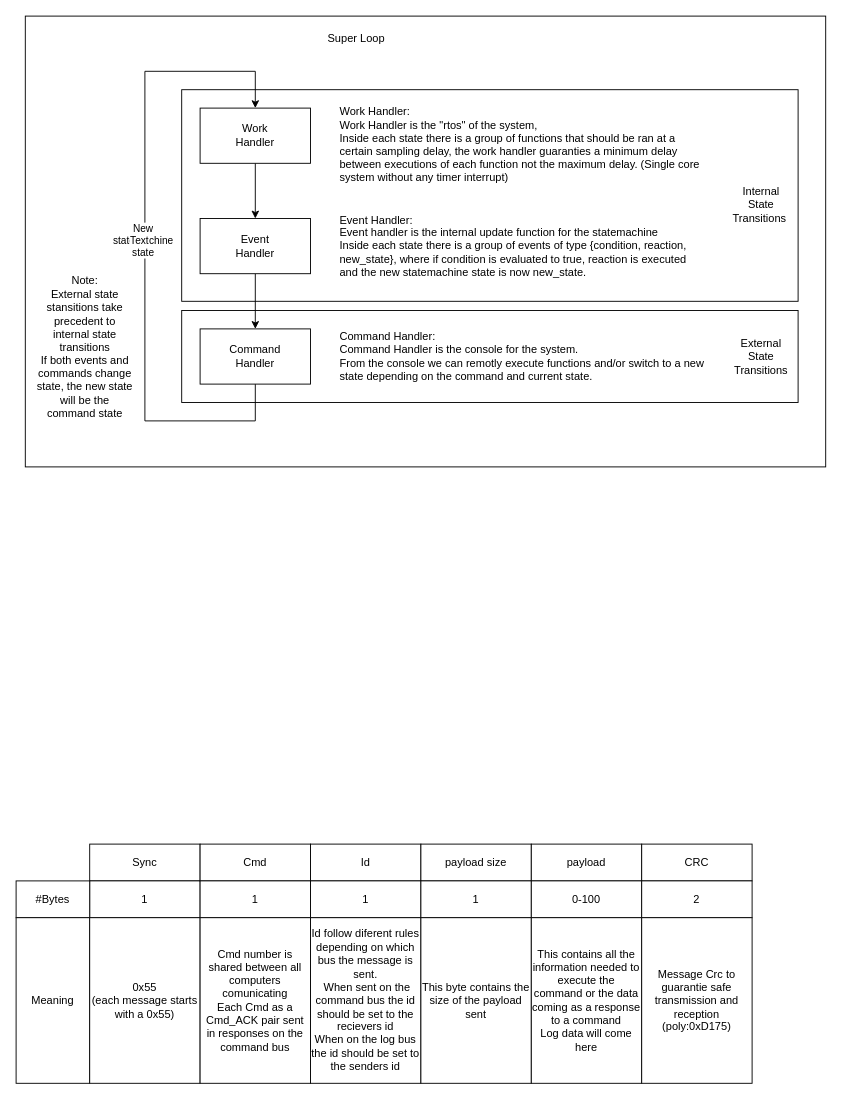
Before: page "Arquitetura Software" (3 of 4) of SupportingDocs/EmbededT1.drawio in dvalnn/INV2_Firmware, a draw.io diagram. Source tidied: cells renumbered, new cells numbered last; positions are measured from the earlier drawing's top-left corner, leaving out a move shared by most shapes. Both pictures are drawn from the tidied source at 92%, with x=0, y=0 at pixel (16, 16).
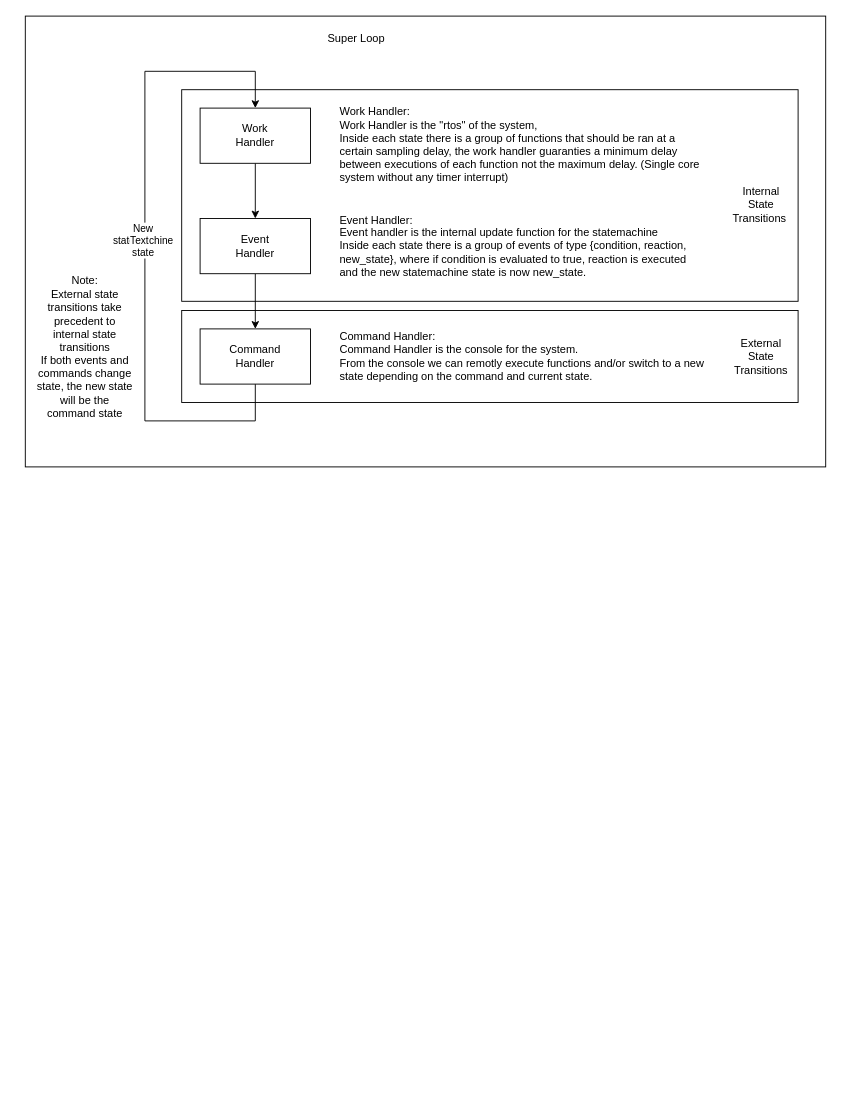
After the change.

The edit, as a diff of the source:
```diff
@@
-    <mxCell id="20" value="Note:&lt;br&gt;External state stansitions take precedent to internal state transitions&lt;br&gt;If both events and commands change state, the new state will be the command state" style="text;html=1;align=center;verticalAlign=middle;whiteSpace=wrap;rounded=0;" parent="1" vertex="1">
+    <mxCell id="20" value="Note:&lt;br&gt;External state transitions take precedent to internal state transitions&lt;br&gt;If both events and commands change state, the new state will be the command state" style="text;html=1;align=center;verticalAlign=middle;whiteSpace=wrap;rounded=0;" parent="1" vertex="1">
       <mxGeometry x="20" y="280" width="110" height="160" as="geometry" />
     </mxCell>
@@
-    <mxCell id="24" value="Sync" style="rounded=0;whiteSpace=wrap;html=1;" parent="1" vertex="1">
-      <mxGeometry x="80" y="900" width="120" height="40" as="geometry" />
-    </mxCell>
-    <mxCell id="25" value="1" style="rounded=0;whiteSpace=wrap;html=1;" parent="1" vertex="1">
-      <mxGeometry x="80" y="940" width="120" height="40" as="geometry" />
-    </mxCell>
-    <mxCell id="26" value="Cmd" style="rounded=0;whiteSpace=wrap;html=1;" parent="1" vertex="1">
-      <mxGeometry x="200" y="900" width="120" height="40" as="geometry" />
-    </mxCell>
-    <mxCell id="27" value="Id" style="rounded=0;whiteSpace=wrap;html=1;" parent="1" vertex="1">
-      <mxGeometry x="320" y="900" width="120" height="40" as="geometry" />
-    </mxCell>
-    <mxCell id="28" value="payload size" style="rounded=0;whiteSpace=wrap;html=1;" parent="1" vertex="1">
-      <mxGeometry x="440" y="900" width="120" height="40" as="geometry" />
-    </mxCell>
-    <mxCell id="29" value="payload" style="rounded=0;whiteSpace=wrap;html=1;" parent="1" vertex="1">
-      <mxGeometry x="560" y="900" width="120" height="40" as="geometry" />
-    </mxCell>
-    <mxCell id="30" value="CRC" style="rounded=0;whiteSpace=wrap;html=1;" parent="1" vertex="1">
-      <mxGeometry x="680" y="900" width="120" height="40" as="geometry" />
-    </mxCell>
-    <mxCell id="31" value="1" style="rounded=0;whiteSpace=wrap;html=1;" parent="1" vertex="1">
-      <mxGeometry x="200" y="940" width="120" height="40" as="geometry" />
-    </mxCell>
-    <mxCell id="32" value="1" style="rounded=0;whiteSpace=wrap;html=1;" parent="1" vertex="1">
-      <mxGeometry x="320" y="940" width="120" height="40" as="geometry" />
-    </mxCell>
-    <mxCell id="33" value="1" style="rounded=0;whiteSpace=wrap;html=1;" parent="1" vertex="1">
-      <mxGeometry x="440" y="940" width="120" height="40" as="geometry" />
-    </mxCell>
-    <mxCell id="34" value="0-100" style="rounded=0;whiteSpace=wrap;html=1;" parent="1" vertex="1">
-      <mxGeometry x="560" y="940" width="120" height="40" as="geometry" />
-    </mxCell>
-    <mxCell id="35" value="2" style="rounded=0;whiteSpace=wrap;html=1;" parent="1" vertex="1">
-      <mxGeometry x="680" y="940" width="120" height="40" as="geometry" />
-    </mxCell>
-    <mxCell id="36" value="#Bytes" style="rounded=0;whiteSpace=wrap;html=1;" parent="1" vertex="1">
-      <mxGeometry y="940" width="80" height="40" as="geometry" />
-    </mxCell>
-    <mxCell id="37" value="Meaning" style="rounded=0;whiteSpace=wrap;html=1;" parent="1" vertex="1">
-      <mxGeometry y="980" width="80" height="180" as="geometry" />
-    </mxCell>
-    <mxCell id="38" value="0x55&lt;br&gt;(each message starts with a 0x55)" style="rounded=0;whiteSpace=wrap;html=1;" parent="1" vertex="1">
-      <mxGeometry x="80" y="980" width="120" height="180" as="geometry" />
-    </mxCell>
-    <mxCell id="39" value="Cmd number is shared between all computers comunicating&lt;br&gt;Each Cmd as a Cmd_ACK pair sent in responses on the command bus" style="rounded=0;whiteSpace=wrap;html=1;" parent="1" vertex="1">
-      <mxGeometry x="200" y="980" width="120" height="180" as="geometry" />
-    </mxCell>
-    <mxCell id="40" value="Id follow diferent rules depending on which bus the message is sent.&lt;br&gt;&amp;nbsp;When sent on the command bus the id should be set to the recievers id&lt;br&gt;When on the log bus the id should be set to the senders id" style="rounded=0;whiteSpace=wrap;html=1;" parent="1" vertex="1">
-      <mxGeometry x="320" y="980" width="120" height="180" as="geometry" />
-    </mxCell>
-    <mxCell id="41" value="This byte contains the size of the payload sent" style="rounded=0;whiteSpace=wrap;html=1;" parent="1" vertex="1">
-      <mxGeometry x="440" y="980" width="120" height="180" as="geometry" />
-    </mxCell>
-    <mxCell id="42" value="This contains all the information needed to execute the command or the data coming as a response to a command&lt;br&gt;Log data will come here" style="rounded=0;whiteSpace=wrap;html=1;" parent="1" vertex="1">
-      <mxGeometry x="560" y="980" width="120" height="180" as="geometry" />
-    </mxCell>
-    <mxCell id="43" value="Message Crc to guarantie safe transmission and reception&lt;br&gt;(poly:0xD175&lt;span style=&quot;background-color: initial;&quot;&gt;)&lt;/span&gt;" style="rounded=0;whiteSpace=wrap;html=1;" parent="1" vertex="1">
-      <mxGeometry x="680" y="980" width="120" height="180" as="geometry" />
-    </mxCell>
```
